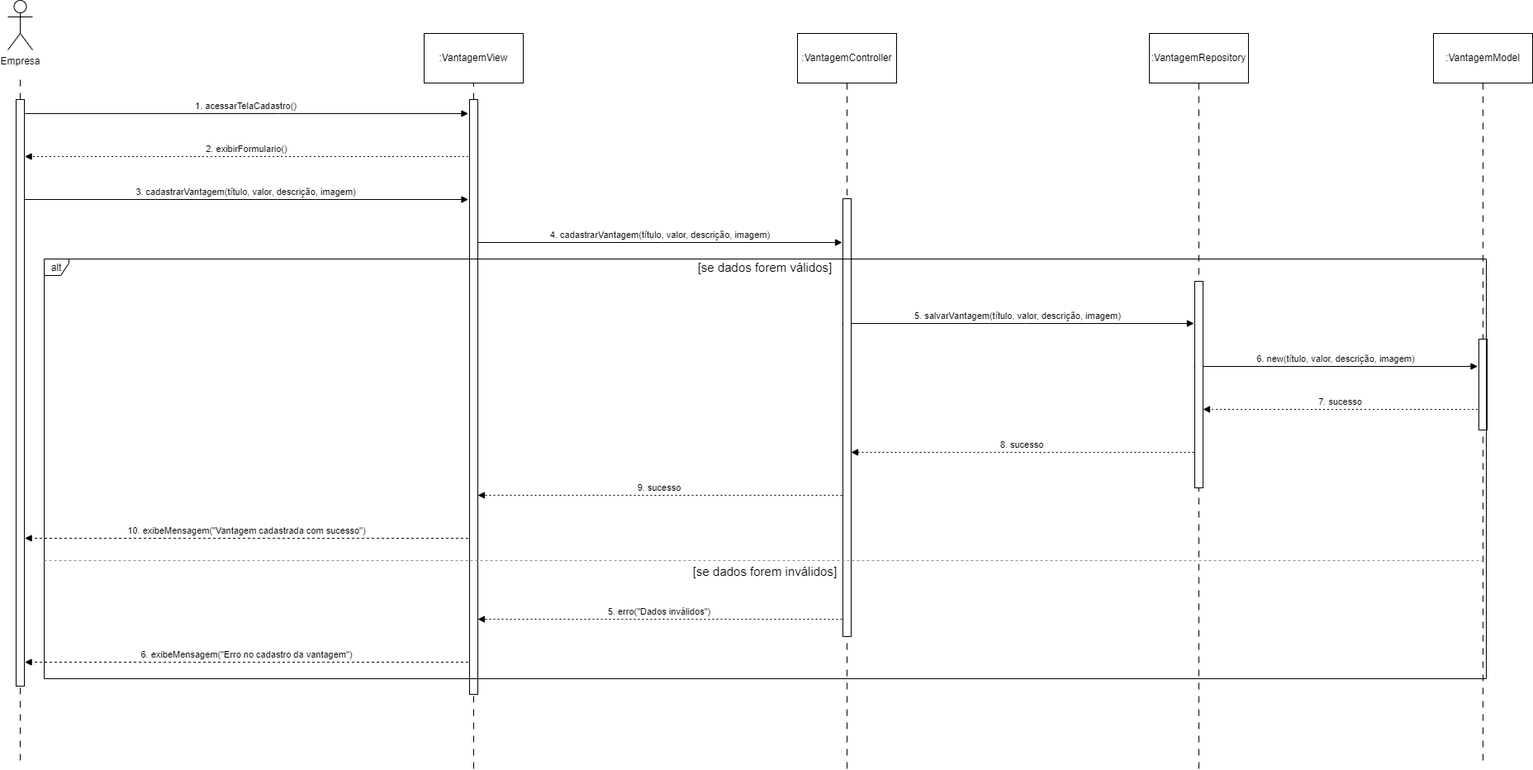
pedrolucas444/laboratorio-3 keeps this draw.io diagram as projeto/imagens/diagrama de sequencia cadastro de vantagem.png. Above is the earlier version. Source tidied: cells renumbered, new cells last; positions are measured from the earlier drawing's top-left corner, leaving out a move shared by most shapes. The source it was exported from:
```xml
<mxGraphModel>
  <root>
    <mxCell id="0" />
    <mxCell id="1" parent="0" />
    <mxCell id="2" value="1. acessarTelaCadastro()" style="verticalAlign=bottom;edgeStyle=elbowEdgeStyle;elbow=vertical;curved=0;rounded=0;endArrow=block;" parent="1" edge="1">
      <mxGeometry relative="1" as="geometry">
        <mxPoint x="20.6" y="137" as="sourcePoint" />
        <mxPoint x="557.5" y="137" as="targetPoint" />
        <Array as="points">
          <mxPoint x="327" y="137" />
        </Array>
      </mxGeometry>
    </mxCell>
    <mxCell id="3" value="2. exibirFormulario()" style="verticalAlign=bottom;edgeStyle=elbowEdgeStyle;elbow=vertical;curved=0;rounded=0;dashed=1;dashPattern=2 3;endArrow=block;" parent="1" edge="1">
      <mxGeometry relative="1" as="geometry">
        <mxPoint x="557.5" y="189" as="sourcePoint" />
        <mxPoint x="20.6" y="189" as="targetPoint" />
        <Array as="points">
          <mxPoint x="330" y="189" />
        </Array>
      </mxGeometry>
    </mxCell>
    <mxCell id="4" value="3. cadastrarVantagem(título, valor, descrição, imagem)" style="verticalAlign=bottom;edgeStyle=elbowEdgeStyle;elbow=vertical;curved=0;rounded=0;endArrow=block;" parent="1" edge="1">
      <mxGeometry relative="1" as="geometry">
        <mxPoint x="20.6" y="241" as="sourcePoint" />
        <mxPoint x="557.5" y="241" as="targetPoint" />
        <Array as="points">
          <mxPoint x="327" y="241" />
        </Array>
      </mxGeometry>
    </mxCell>
    <mxCell id="5" value="4. cadastrarVantagem(título, valor, descrição, imagem)" style="verticalAlign=bottom;edgeStyle=elbowEdgeStyle;elbow=vertical;curved=0;rounded=0;endArrow=block;" parent="1" edge="1" source="17">
      <mxGeometry relative="1" as="geometry">
        <mxPoint x="1010" y="293" as="targetPoint" />
        <Array as="points">
          <mxPoint x="793" y="293" />
        </Array>
      </mxGeometry>
    </mxCell>
    <mxCell id="6" value="5. salvarVantagem(título, valor, descrição, imagem)" style="verticalAlign=bottom;edgeStyle=elbowEdgeStyle;elbow=vertical;curved=0;rounded=0;endArrow=block;" parent="1" edge="1">
      <mxGeometry relative="1" as="geometry">
        <mxPoint x="1009.9" y="391" as="sourcePoint" />
        <mxPoint x="1436" y="391" as="targetPoint" />
        <Array as="points">
          <mxPoint x="1232" y="391" />
        </Array>
      </mxGeometry>
    </mxCell>
    <mxCell id="7" value="6. new(título, valor, descrição, imagem)" style="verticalAlign=bottom;edgeStyle=elbowEdgeStyle;elbow=vertical;curved=0;rounded=0;endArrow=block;" parent="1" edge="1">
      <mxGeometry relative="1" as="geometry">
        <mxPoint x="1436" y="443" as="sourcePoint" />
        <mxPoint x="1779.5" y="443" as="targetPoint" />
        <Array as="points">
          <mxPoint x="1617" y="443" />
        </Array>
      </mxGeometry>
    </mxCell>
    <mxCell id="8" value="7. sucesso" style="verticalAlign=bottom;edgeStyle=elbowEdgeStyle;elbow=vertical;curved=0;rounded=0;dashed=1;dashPattern=2 3;endArrow=block;" parent="1" edge="1" target="25">
      <mxGeometry relative="1" as="geometry">
        <mxPoint x="1779.5" y="495" as="sourcePoint" />
        <Array as="points">
          <mxPoint x="1620" y="495" />
        </Array>
      </mxGeometry>
    </mxCell>
    <mxCell id="9" value="8. sucesso" style="verticalAlign=bottom;edgeStyle=elbowEdgeStyle;elbow=vertical;curved=0;rounded=0;dashed=1;dashPattern=2 3;endArrow=block;" parent="1" edge="1" target="21">
      <mxGeometry relative="1" as="geometry">
        <mxPoint x="1436" y="547" as="sourcePoint" />
        <Array as="points">
          <mxPoint x="1235" y="547" />
        </Array>
      </mxGeometry>
    </mxCell>
    <mxCell id="10" value="9. sucesso" style="verticalAlign=bottom;edgeStyle=elbowEdgeStyle;elbow=vertical;curved=0;rounded=0;dashed=1;dashPattern=2 3;endArrow=block;" parent="1" edge="1" target="17">
      <mxGeometry relative="1" as="geometry">
        <mxPoint x="1010" y="599" as="sourcePoint" />
        <Array as="points">
          <mxPoint x="796" y="599" />
        </Array>
      </mxGeometry>
    </mxCell>
    <mxCell id="11" value="10. exibeMensagem(&quot;Vantagem cadastrada com sucesso&quot;)" style="verticalAlign=bottom;edgeStyle=elbowEdgeStyle;elbow=vertical;curved=0;rounded=0;endArrow=block;dashed=1;" parent="1" edge="1">
      <mxGeometry relative="1" as="geometry">
        <mxPoint x="557.5" y="651" as="sourcePoint" />
        <mxPoint x="20.6" y="651" as="targetPoint" />
        <Array as="points">
          <mxPoint x="330" y="651" />
        </Array>
      </mxGeometry>
    </mxCell>
    <mxCell id="12" value="5. erro(&quot;Dados inválidos&quot;)" style="verticalAlign=bottom;edgeStyle=elbowEdgeStyle;elbow=vertical;curved=0;rounded=0;dashed=1;dashPattern=2 3;endArrow=block;" parent="1" edge="1" target="17">
      <mxGeometry relative="1" as="geometry">
        <mxPoint x="1010" y="749" as="sourcePoint" />
        <Array as="points">
          <mxPoint x="796" y="749" />
        </Array>
      </mxGeometry>
    </mxCell>
    <mxCell id="13" value="6. exibeMensagem(&quot;Erro no cadastro da vantagem&quot;)" style="verticalAlign=bottom;edgeStyle=elbowEdgeStyle;elbow=vertical;curved=0;rounded=0;endArrow=block;dashed=1;" parent="1" edge="1">
      <mxGeometry relative="1" as="geometry">
        <mxPoint x="557.5" y="801" as="sourcePoint" />
        <mxPoint x="20.6" y="801" as="targetPoint" />
        <Array as="points">
          <mxPoint x="330" y="801" />
        </Array>
      </mxGeometry>
    </mxCell>
    <mxCell id="14" value="Empresa" style="shape=umlActor;verticalLabelPosition=bottom;verticalAlign=top;html=1;" parent="1" vertex="1">
      <mxGeometry width="30" height="60" as="geometry" />
    </mxCell>
    <mxCell id="15" style="rounded=0;whiteSpace=wrap;html=1;" parent="1" vertex="1">
      <mxGeometry x="10" y="120" width="10" height="710" as="geometry" />
    </mxCell>
    <mxCell id="16" value=":VantagemView" style="rounded=0;whiteSpace=wrap;html=1;" parent="1" vertex="1">
      <mxGeometry x="504" y="40" width="120" height="60" as="geometry" />
    </mxCell>
    <mxCell id="17" style="rounded=0;whiteSpace=wrap;html=1;" parent="1" vertex="1">
      <mxGeometry x="559" y="120" width="10" height="720" as="geometry" />
    </mxCell>
    <mxCell id="18" style="endArrow=none;html=1;rounded=0;entryX=0.5;entryY=1;entryDx=0;entryDy=0;dashed=1;dashPattern=8 8;" parent="1" edge="1" target="17">
      <mxGeometry relative="1" as="geometry">
        <mxPoint x="564" y="930" as="sourcePoint" />
      </mxGeometry>
    </mxCell>
    <mxCell id="19" style="edgeStyle=orthogonalEdgeStyle;rounded=0;jettySize=auto;html=1;endArrow=none;startFill=0;dashed=1;dashPattern=8 8;" parent="1" edge="1" source="20" target="21">
      <mxGeometry relative="1" as="geometry" />
    </mxCell>
    <mxCell id="20" value=":VantagemController" style="rounded=0;whiteSpace=wrap;html=1;" parent="1" vertex="1">
      <mxGeometry x="956" y="40" width="120" height="60" as="geometry" />
    </mxCell>
    <mxCell id="21" style="rounded=0;whiteSpace=wrap;html=1;" parent="1" vertex="1">
      <mxGeometry x="1011" y="240" width="10" height="530" as="geometry" />
    </mxCell>
    <mxCell id="22" style="endArrow=none;html=1;rounded=0;entryX=0.5;entryY=1;entryDx=0;entryDy=0;dashed=1;dashPattern=8 8;" parent="1" edge="1" target="21">
      <mxGeometry relative="1" as="geometry">
        <mxPoint x="1016" y="930" as="sourcePoint" />
      </mxGeometry>
    </mxCell>
    <mxCell id="23" style="edgeStyle=orthogonalEdgeStyle;rounded=0;jettySize=auto;html=1;endArrow=none;startFill=0;dashed=1;dashPattern=8 8;" parent="1" edge="1" source="24" target="25">
      <mxGeometry relative="1" as="geometry" />
    </mxCell>
    <mxCell id="24" value=":VantagemRepository" style="rounded=0;whiteSpace=wrap;html=1;" parent="1" vertex="1">
      <mxGeometry x="1382" y="40" width="120" height="60" as="geometry" />
    </mxCell>
    <mxCell id="25" style="rounded=0;whiteSpace=wrap;html=1;" parent="1" vertex="1">
      <mxGeometry x="1437" y="340" width="10" height="250" as="geometry" />
    </mxCell>
    <mxCell id="26" style="endArrow=none;html=1;rounded=0;entryX=0.5;entryY=1;entryDx=0;entryDy=0;dashed=1;dashPattern=8 8;" parent="1" edge="1" target="25">
      <mxGeometry relative="1" as="geometry">
        <mxPoint x="1442" y="930" as="sourcePoint" />
      </mxGeometry>
    </mxCell>
    <mxCell id="27" style="edgeStyle=orthogonalEdgeStyle;rounded=0;jettySize=auto;html=1;endArrow=none;startFill=0;dashed=1;dashPattern=8 8;" parent="1" edge="1" source="30" target="28">
      <mxGeometry relative="1" as="geometry" />
    </mxCell>
    <mxCell id="28" style="rounded=0;whiteSpace=wrap;html=1;" parent="1" vertex="1">
      <mxGeometry x="1781" y="410" width="10" height="110" as="geometry" />
    </mxCell>
    <mxCell id="29" style="endArrow=none;html=1;rounded=0;entryX=0.5;entryY=1;entryDx=0;entryDy=0;dashed=1;dashPattern=8 8;" parent="1" edge="1" target="28">
      <mxGeometry relative="1" as="geometry">
        <mxPoint x="1786" y="920" as="sourcePoint" />
      </mxGeometry>
    </mxCell>
    <mxCell id="30" value=":VantagemModel" style="rounded=0;whiteSpace=wrap;html=1;" parent="1" vertex="1">
      <mxGeometry x="1726" y="40" width="120" height="60" as="geometry" />
    </mxCell>
    <mxCell id="31" style="endArrow=none;html=1;rounded=0;exitX=0.5;exitY=0;exitDx=0;exitDy=0;dashed=1;dashPattern=8 8;" parent="1" edge="1" source="15">
      <mxGeometry relative="1" as="geometry">
        <mxPoint x="15" y="90" as="targetPoint" />
      </mxGeometry>
    </mxCell>
    <mxCell id="32" style="endArrow=none;html=1;rounded=0;entryX=0.5;entryY=1;entryDx=0;entryDy=0;dashed=1;dashPattern=8 8;" parent="1" edge="1">
      <mxGeometry relative="1" as="geometry">
        <mxPoint x="15" y="920" as="sourcePoint" />
        <mxPoint x="15" y="830" as="targetPoint" />
      </mxGeometry>
    </mxCell>
    <mxCell id="33" style="endArrow=none;html=1;rounded=0;entryX=0.5;entryY=1;entryDx=0;entryDy=0;exitX=0.5;exitY=0;exitDx=0;exitDy=0;dashed=1;dashPattern=8 8;" parent="1" edge="1" source="17" target="16">
      <mxGeometry relative="1" as="geometry" />
    </mxCell>
    <mxCell id="34" value="alt" style="shape=umlFrame;strokeColor=#000000;height=20;width=30;" parent="1" vertex="1">
      <mxGeometry x="44" y="313" width="1746" height="508" as="geometry" />
    </mxCell>
    <mxCell id="35" value="[se dados forem inválidos]" style="shape=line;dashed=1;whiteSpace=wrap;verticalAlign=top;labelPosition=center;verticalLabelPosition=middle;align=center;strokeColor=#8E8E8E;fontSize=15;" parent="34" vertex="1">
      <mxGeometry y="363" width="1746" height="4" as="geometry" />
    </mxCell>
    <mxCell id="36" value="[se dados forem válidos]" style="text;strokeColor=none;fillColor=none;align=center;verticalAlign=middle;whiteSpace=wrap;fontSize=15;spacingLeft=0;" parent="34" vertex="1">
      <mxGeometry x="15.2" width="1715.6" height="20" as="geometry" />
    </mxCell>
  </root>
</mxGraphModel>
```
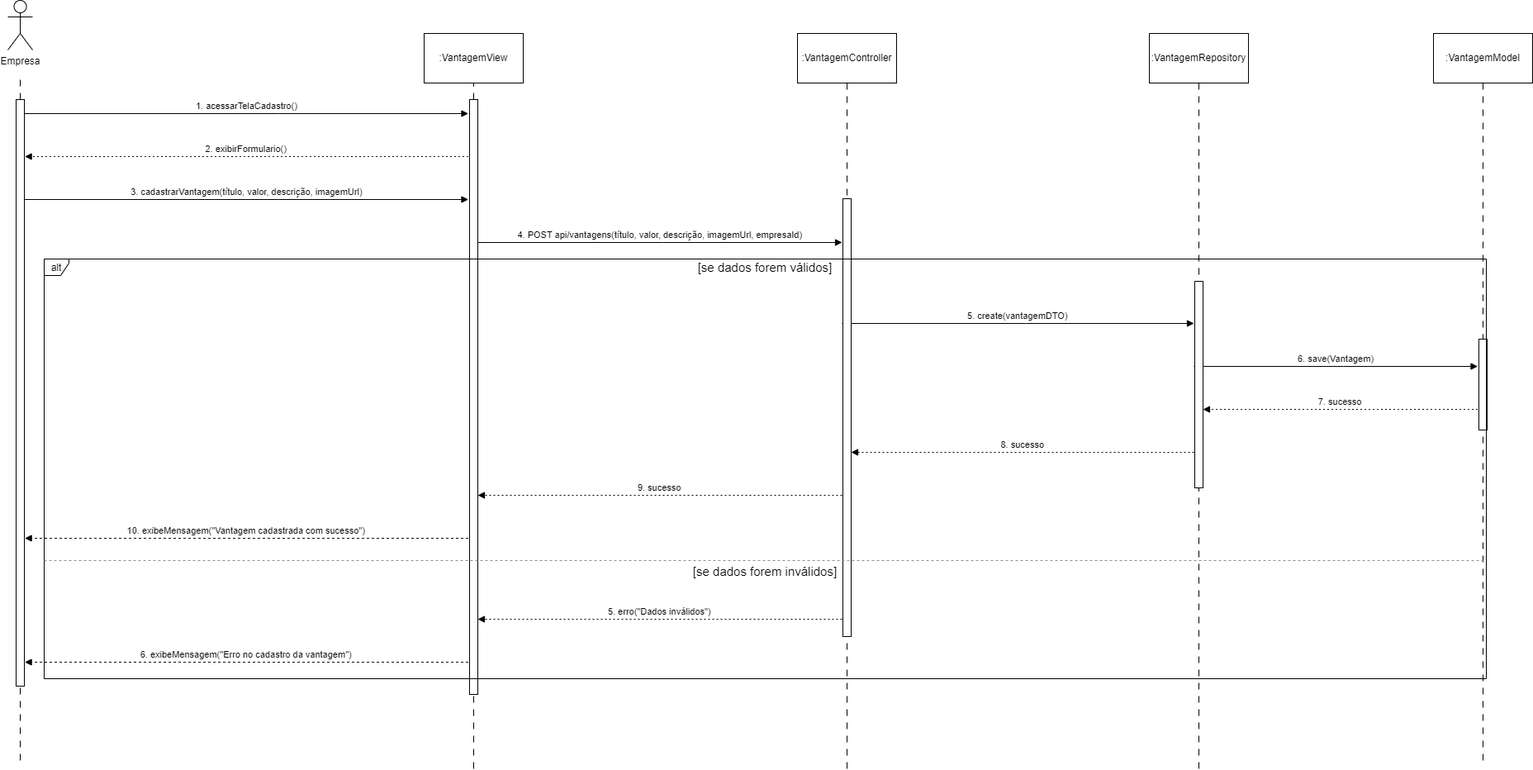
The same file after the commit.

Change to the diagram source:
```diff
@@ -11,7 +11,7 @@
         </Array>
       </mxGeometry>
     </mxCell>
-    <mxCell id="3" value="2. exibirFormulario()" style="verticalAlign=bottom;edgeStyle=elbowEdgeStyle;elbow=vertical;curved=0;rounded=0;dashed=1;dashPattern=2 3;endArrow=block;" parent="1" edge="1">
+    <mxCell id="3" value="2. exibirFormulario()" style="verticalAlign=bottom;edgeStyle=elbowEdgeStyle;elbow=horizontal;curved=0;rounded=0;dashed=1;dashPattern=2 3;endArrow=block;" parent="1" edge="1">
       <mxGeometry relative="1" as="geometry">
         <mxPoint x="557.5" y="189" as="sourcePoint" />
         <mxPoint x="20.6" y="189" as="targetPoint" />
@@ -20,7 +20,7 @@
         </Array>
       </mxGeometry>
     </mxCell>
-    <mxCell id="4" value="3. cadastrarVantagem(título, valor, descrição, imagem)" style="verticalAlign=bottom;edgeStyle=elbowEdgeStyle;elbow=vertical;curved=0;rounded=0;endArrow=block;" parent="1" edge="1">
+    <mxCell id="4" value="3. cadastrarVantagem(título, valor, descrição, imagemUrl)" style="verticalAlign=bottom;edgeStyle=elbowEdgeStyle;elbow=vertical;curved=0;rounded=0;endArrow=block;" parent="1" edge="1">
       <mxGeometry relative="1" as="geometry">
         <mxPoint x="20.6" y="241" as="sourcePoint" />
         <mxPoint x="557.5" y="241" as="targetPoint" />
@@ -29,7 +29,7 @@
         </Array>
       </mxGeometry>
     </mxCell>
-    <mxCell id="5" value="4. cadastrarVantagem(título, valor, descrição, imagem)" style="verticalAlign=bottom;edgeStyle=elbowEdgeStyle;elbow=vertical;curved=0;rounded=0;endArrow=block;" parent="1" edge="1" source="17">
+    <mxCell id="5" value="4. POST api/vantagens(título, valor, descrição, imagemUrl, empresaId)" style="verticalAlign=bottom;edgeStyle=elbowEdgeStyle;elbow=vertical;curved=0;rounded=0;endArrow=block;" parent="1" edge="1" source="17">
       <mxGeometry relative="1" as="geometry">
         <mxPoint x="1010" y="293" as="targetPoint" />
         <Array as="points">
@@ -37,7 +37,7 @@
         </Array>
       </mxGeometry>
     </mxCell>
-    <mxCell id="6" value="5. salvarVantagem(título, valor, descrição, imagem)" style="verticalAlign=bottom;edgeStyle=elbowEdgeStyle;elbow=vertical;curved=0;rounded=0;endArrow=block;" parent="1" edge="1">
+    <mxCell id="6" value="5. create(vantagemDTO)" style="verticalAlign=bottom;edgeStyle=elbowEdgeStyle;elbow=vertical;curved=0;rounded=0;endArrow=block;" parent="1" edge="1">
       <mxGeometry relative="1" as="geometry">
         <mxPoint x="1009.9" y="391" as="sourcePoint" />
         <mxPoint x="1436" y="391" as="targetPoint" />
@@ -46,7 +46,7 @@
         </Array>
       </mxGeometry>
     </mxCell>
-    <mxCell id="7" value="6. new(título, valor, descrição, imagem)" style="verticalAlign=bottom;edgeStyle=elbowEdgeStyle;elbow=vertical;curved=0;rounded=0;endArrow=block;" parent="1" edge="1">
+    <mxCell id="7" value="6. save(Vantagem)" style="verticalAlign=bottom;edgeStyle=elbowEdgeStyle;elbow=vertical;curved=0;rounded=0;endArrow=block;" parent="1" edge="1">
       <mxGeometry relative="1" as="geometry">
         <mxPoint x="1436" y="443" as="sourcePoint" />
         <mxPoint x="1779.5" y="443" as="targetPoint" />
```
